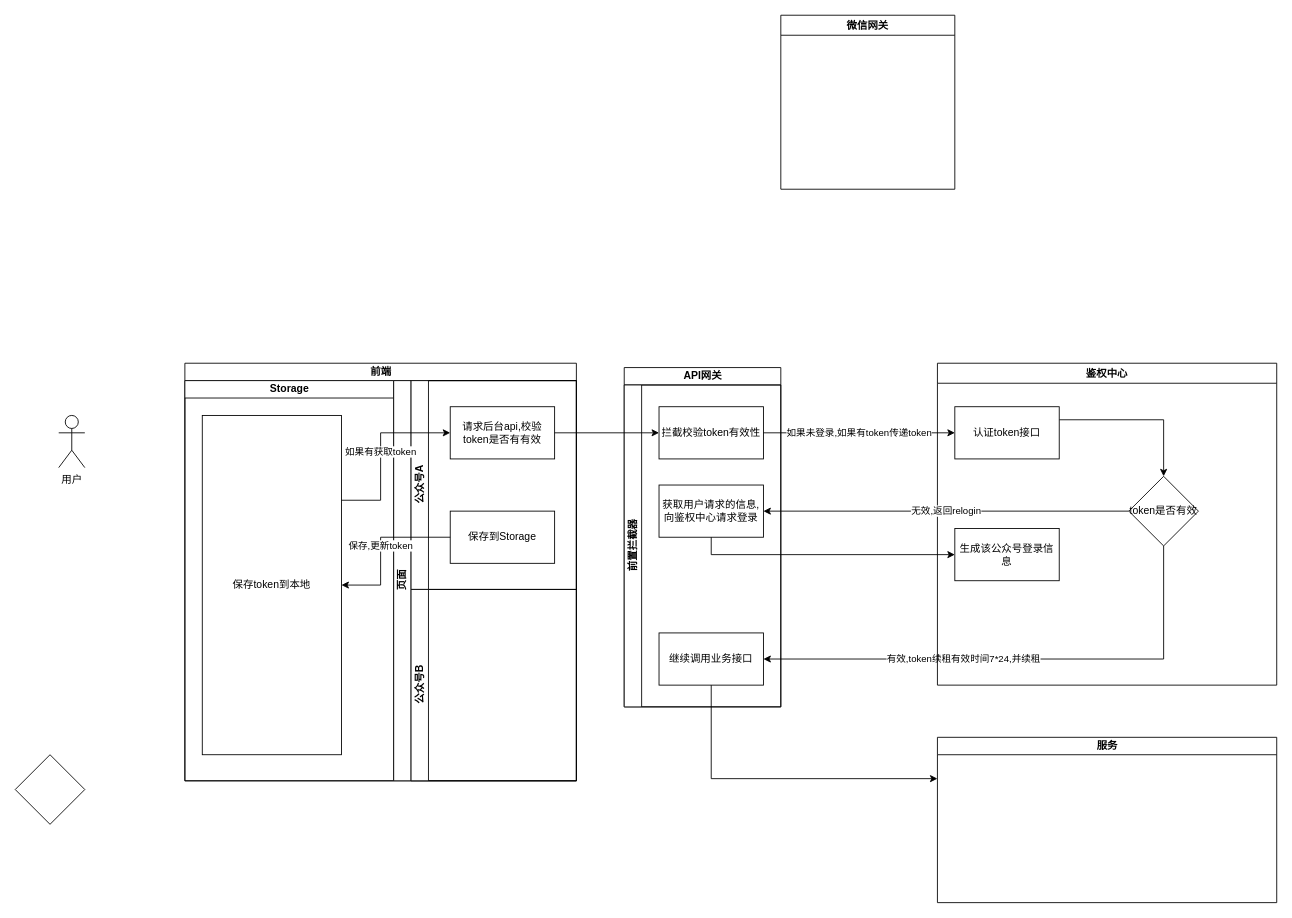
Before: StudyDemo/src/单点登录流程图.drawio in keyeze/StudyPlace, a draw.io diagram. Source tidied: cells renumbered, new cells numbered last; positions are measured from the earlier drawing's top-left corner, leaving out a move shared by most shapes. Both pictures are drawn from the tidied source at 87%, with x=0, y=0 at pixel (15, 15).
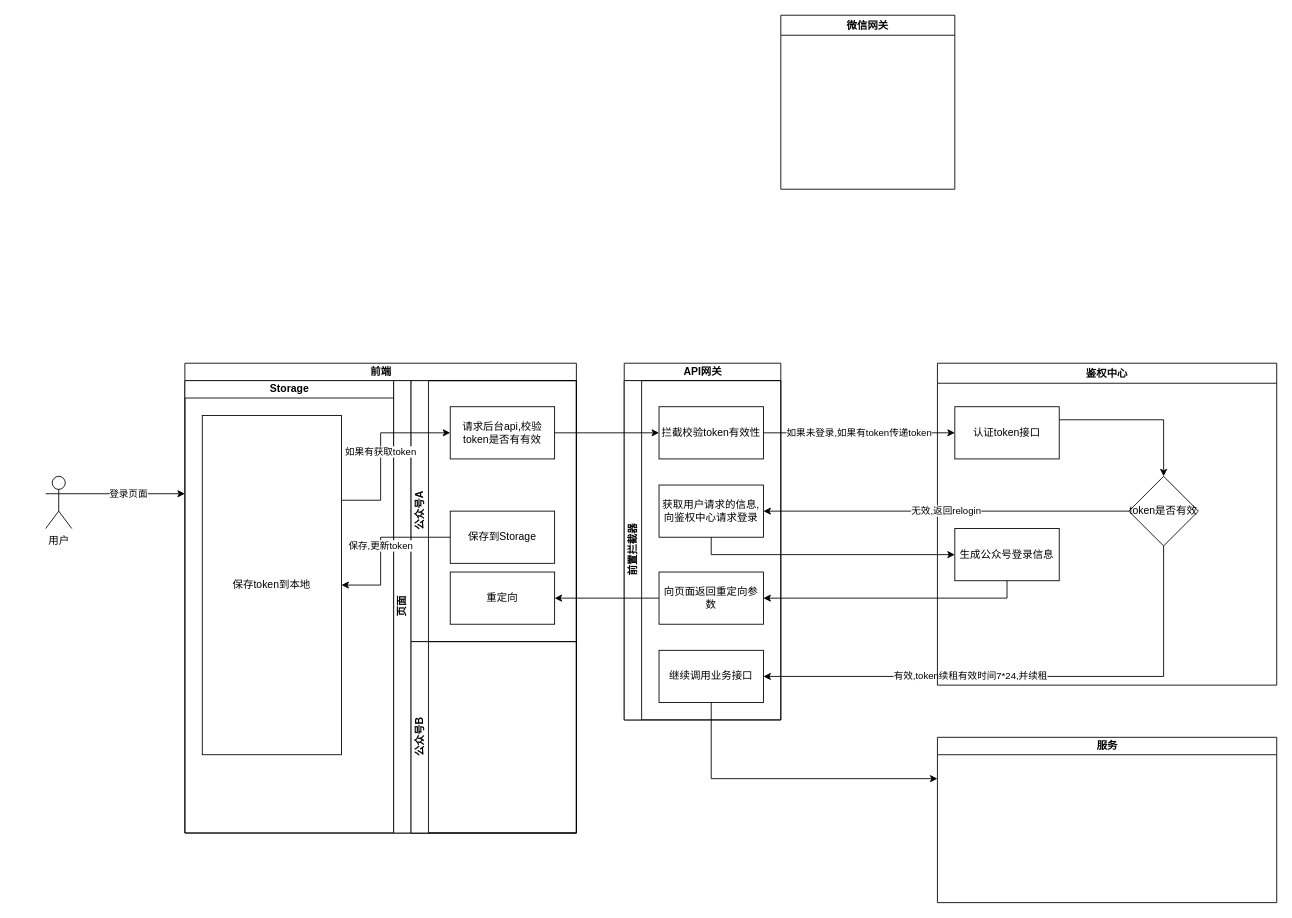
After the change.

Commit message:
更新单点登录流程图.drawio

Unchanged cells that the change refers to:
```xml
<mxCell id="10" value="鉴权中心" style="swimlane;" parent="1" vertex="1">
  <mxGeometry x="1060" y="400" width="390" height="370" as="geometry" />
</mxCell>
```

Change to the diagram source:
```diff
@@
+    <mxCell id="32" value="登录页面" style="edgeStyle=orthogonalEdgeStyle;rounded=0;jettySize=auto;html=1;exitX=1;exitY=0.3333333333333333;exitDx=0;exitDy=0;exitPerimeter=0;entryX=0;entryY=0.25;entryDx=0;entryDy=0;" parent="1" edge="1" source="2" target="17">
+      <mxGeometry relative="1" as="geometry" />
+    </mxCell>
     <mxCell id="2" value="用户" style="shape=umlActor;verticalLabelPosition=bottom;labelBackgroundColor=#ffffff;verticalAlign=top;html=1;outlineConnect=0;" parent="1" vertex="1">
-      <mxGeometry x="50" y="460" width="30" height="60" as="geometry" />
+      <mxGeometry x="35" y="530" width="30" height="60" as="geometry" />
     </mxCell>
     <mxCell id="3" value="API网关" style="swimlane;html=1;horizontal=1;startSize=20;" parent="1" vertex="1">
-      <mxGeometry x="700" y="405" width="180" height="390" as="geometry" />
+      <mxGeometry x="700" y="400" width="180" height="410" as="geometry" />
     </mxCell>
     <mxCell id="4" value="前置拦截器" style="swimlane;html=1;startSize=20;horizontal=0;" parent="3" vertex="1">
-      <mxGeometry y="20" width="180" height="370" as="geometry" />
+      <mxGeometry y="20" width="180" height="390" as="geometry" />
     </mxCell>
     <mxCell id="5" value="拦截校验token有效性" style="rounded=0;whiteSpace=wrap;html=1;" parent="4" vertex="1">
-      <mxGeometry x="40" y="25" width="120" height="60" as="geometry" />
+      <mxGeometry x="40" y="30" width="120" height="60" as="geometry" />
     </mxCell>
     <mxCell id="6" value="获取用户请求的信息,向鉴权中心请求登录" style="rounded=0;whiteSpace=wrap;html=1;" parent="4" vertex="1">
-      <mxGeometry x="40" y="115" width="120" height="60" as="geometry" />
+      <mxGeometry x="40" y="120" width="120" height="60" as="geometry" />
     </mxCell>
     <mxCell id="7" value="继续调用业务接口" style="rounded=0;whiteSpace=wrap;html=1;" parent="4" vertex="1">
-      <mxGeometry x="40" y="285" width="120" height="60" as="geometry" />
+      <mxGeometry x="40" y="310" width="120" height="60" as="geometry" />
     </mxCell>
+    <mxCell id="33" value="向页面返回重定向参数" style="rounded=0;whiteSpace=wrap;html=1;" parent="4" vertex="1">
+      <mxGeometry x="40" y="220" width="120" height="60" as="geometry" />
+    </mxCell>
@@
-    <mxCell id="14" value="生成该公众号登录信息" style="rounded=0;whiteSpace=wrap;html=1;" parent="10" vertex="1">
+    <mxCell id="14" value="生成公众号登录信息" style="rounded=0;whiteSpace=wrap;html=1;" parent="10" vertex="1">
       <mxGeometry x="20" y="190" width="120" height="60" as="geometry" />
     </mxCell>
@@
     <mxCell id="16" value="前端" style="swimlane;html=1;startSize=20;" parent="1" vertex="1">
-      <mxGeometry x="195" y="400" width="450" height="480" as="geometry" />
+      <mxGeometry x="195" y="400" width="450" height="540" as="geometry" />
     </mxCell>
     <mxCell id="17" value="Storage" style="swimlane;html=1;startSize=20;" parent="16" vertex="1">
-      <mxGeometry y="20" width="240" height="460" as="geometry" />
+      <mxGeometry y="20" width="240" height="520" as="geometry" />
     </mxCell>
@@
     <mxCell id="19" value="页面" style="swimlane;html=1;horizontal=0;startSize=20;" parent="16" vertex="1">
-      <mxGeometry x="240" y="20" width="210" height="460" as="geometry" />
+      <mxGeometry x="240" y="20" width="210" height="520" as="geometry" />
     </mxCell>
     <mxCell id="20" value="公众号A" style="swimlane;html=1;startSize=20;horizontal=0;" parent="19" vertex="1">
-      <mxGeometry x="20" width="190" height="240" as="geometry" />
+      <mxGeometry x="20" width="190" height="300" as="geometry" />
     </mxCell>
@@
+    <mxCell id="34" value="重定向" style="rounded=0;whiteSpace=wrap;html=1;" parent="20" vertex="1">
+      <mxGeometry x="45" y="220" width="120" height="60" as="geometry" />
+    </mxCell>
     <mxCell id="23" value="公众号B" style="swimlane;html=1;startSize=20;horizontal=0;" parent="19" vertex="1">
-      <mxGeometry x="20" y="240" width="190" height="220" as="geometry" />
+      <mxGeometry x="20" y="300" width="190" height="220" as="geometry" />
     </mxCell>
@@
-    <mxCell id="29" style="rhombus;whiteSpace=wrap;html=1;" parent="1" vertex="1">
-      <mxGeometry y="850" width="80" height="80" as="geometry" />
-    </mxCell>
@@
+    <mxCell id="35" style="edgeStyle=orthogonalEdgeStyle;rounded=0;jettySize=auto;html=1;exitX=0.5;exitY=1;exitDx=0;exitDy=0;entryX=1;entryY=0.5;entryDx=0;entryDy=0;" parent="1" edge="1" source="14" target="33">
+      <mxGeometry relative="1" as="geometry" />
+    </mxCell>
+    <mxCell id="36" style="edgeStyle=orthogonalEdgeStyle;rounded=0;jettySize=auto;html=1;exitX=0;exitY=0.5;exitDx=0;exitDy=0;entryX=1;entryY=0.5;entryDx=0;entryDy=0;" parent="1" edge="1" source="33" target="34">
+      <mxGeometry relative="1" as="geometry" />
+    </mxCell>
```
